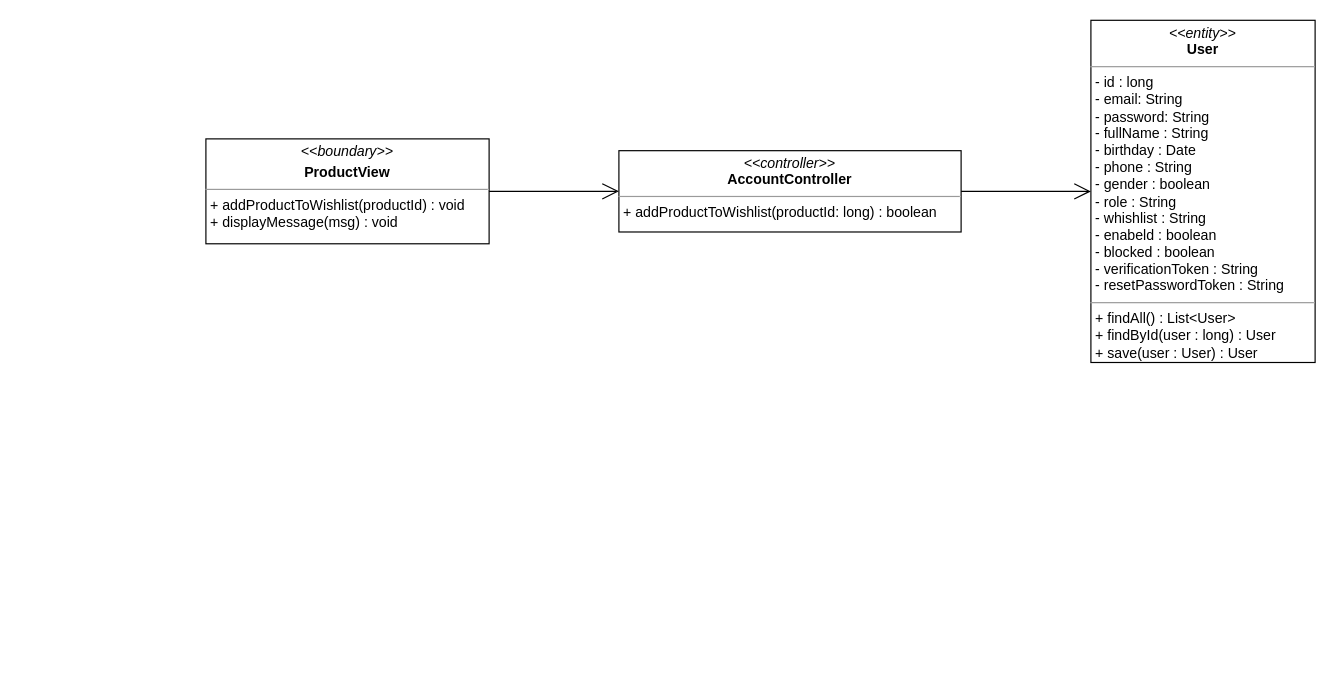
The draw.io diagram class diagram/add-product-wishlist-class-diagram.drawio in nguyenphamvan/datn_20202, before the edit. Source tidied: cells renumbered, new cells numbered last; positions are measured from the earlier drawing's top-left corner, leaving out a move shared by most shapes. Both pictures are drawn from the tidied source at 118%, with x=0, y=0 at pixel (205, 20).
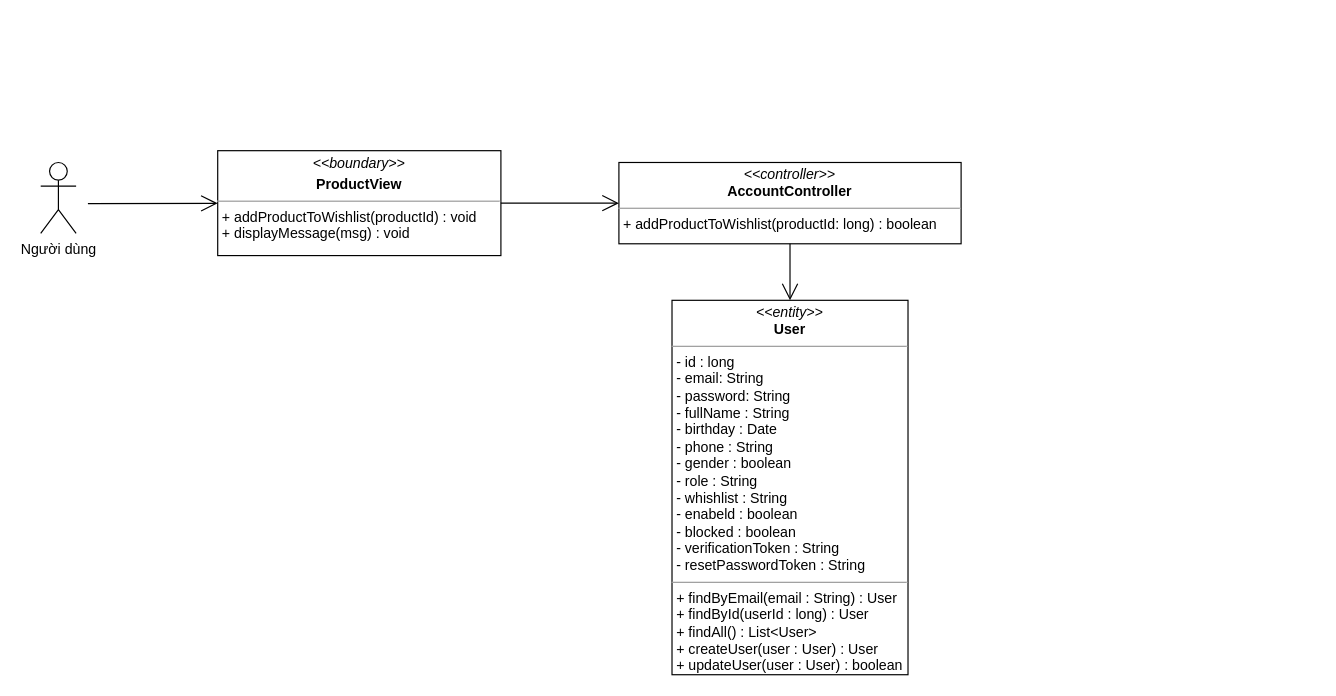
The same page after the edit.

What changed in the source:
```diff
@@
 <mxGraphModel>
   <root>
     <mxCell id="0" />
     <mxCell id="1" parent="0" />
     <mxCell id="2" value="&lt;p style=&quot;margin: 0px ; margin-top: 4px ; text-align: center&quot;&gt;&lt;i&gt;&amp;lt;&amp;lt;boundary&amp;gt;&amp;gt;&lt;/i&gt;&lt;/p&gt;&lt;p style=&quot;margin: 0px ; margin-top: 4px ; text-align: center&quot;&gt;&lt;b&gt;ProductView&lt;/b&gt;&lt;/p&gt;&lt;hr size=&quot;1&quot;&gt;&lt;p style=&quot;margin: 0px ; margin-left: 4px&quot;&gt;&lt;span&gt;+ addProductToWishlist(productId) : void&lt;/span&gt;&lt;br&gt;&lt;/p&gt;&lt;p style=&quot;margin: 0px ; margin-left: 4px&quot;&gt;&lt;span&gt;+ displayMessage(msg) : void&lt;/span&gt;&lt;/p&gt;&lt;p style=&quot;margin: 0px ; margin-left: 4px&quot;&gt;&lt;span&gt;&lt;br&gt;&lt;/span&gt;&lt;/p&gt;" style="verticalAlign=top;align=left;overflow=fill;fontSize=12;fontFamily=Helvetica;html=1;" parent="1" vertex="1">
-      <mxGeometry y="100.2" width="240" height="88.9" as="geometry" />
+      <mxGeometry x="10" y="110.2" width="240" height="88.9" as="geometry" />
     </mxCell>
-    <mxCell id="3" value="&lt;p style=&quot;margin: 0px ; margin-top: 4px ; text-align: center&quot;&gt;&lt;i&gt;&amp;lt;&amp;lt;entity&amp;gt;&amp;gt;&lt;/i&gt;&lt;br&gt;&lt;b&gt;User&lt;/b&gt;&lt;/p&gt;&lt;hr size=&quot;1&quot;&gt;&lt;p style=&quot;margin: 0px ; margin-left: 4px&quot;&gt;- id : long&lt;/p&gt;&lt;p style=&quot;margin: 0px ; margin-left: 4px&quot;&gt;- email: String&lt;br&gt;- password: String&lt;/p&gt;&lt;p style=&quot;margin: 0px ; margin-left: 4px&quot;&gt;- fullName : String&lt;/p&gt;&lt;p style=&quot;margin: 0px ; margin-left: 4px&quot;&gt;- birthday : Date&lt;/p&gt;&lt;p style=&quot;margin: 0px ; margin-left: 4px&quot;&gt;- phone : String&lt;/p&gt;&lt;p style=&quot;margin: 0px ; margin-left: 4px&quot;&gt;- gender : boolean&lt;/p&gt;&lt;p style=&quot;margin: 0px ; margin-left: 4px&quot;&gt;- role : String&lt;/p&gt;&lt;p style=&quot;margin: 0px ; margin-left: 4px&quot;&gt;- whishlist : String&lt;/p&gt;&lt;p style=&quot;margin: 0px ; margin-left: 4px&quot;&gt;- enabeld : boolean&lt;/p&gt;&lt;p style=&quot;margin: 0px ; margin-left: 4px&quot;&gt;- blocked : boolean&lt;/p&gt;&lt;p style=&quot;margin: 0px ; margin-left: 4px&quot;&gt;- verificationToken : String&lt;/p&gt;&lt;p style=&quot;margin: 0px ; margin-left: 4px&quot;&gt;- resetPasswordToken : String&lt;/p&gt;&lt;hr size=&quot;1&quot;&gt;&lt;p style=&quot;margin: 0px ; margin-left: 4px&quot;&gt;+ findAll() : List&amp;lt;User&amp;gt;&lt;/p&gt;&lt;p style=&quot;margin: 0px ; margin-left: 4px&quot;&gt;+ findById(user : long) : User&lt;/p&gt;&lt;p style=&quot;margin: 0px ; margin-left: 4px&quot;&gt;+ save(user : User) : User&lt;/p&gt;" style="verticalAlign=top;align=left;overflow=fill;fontSize=12;fontFamily=Helvetica;html=1;" parent="1" vertex="1">
-      <mxGeometry x="750" y="-0.3" width="190" height="290" as="geometry" />
+    <mxCell id="3" value="&lt;p style=&quot;margin: 0px ; margin-top: 4px ; text-align: center&quot;&gt;&lt;i&gt;&amp;lt;&amp;lt;entity&amp;gt;&amp;gt;&lt;/i&gt;&lt;br&gt;&lt;b&gt;User&lt;/b&gt;&lt;/p&gt;&lt;hr size=&quot;1&quot;&gt;&lt;p style=&quot;margin: 0px ; margin-left: 4px&quot;&gt;- id : long&lt;/p&gt;&lt;p style=&quot;margin: 0px ; margin-left: 4px&quot;&gt;- email: String&lt;br&gt;- password: String&lt;/p&gt;&lt;p style=&quot;margin: 0px ; margin-left: 4px&quot;&gt;- fullName : String&lt;/p&gt;&lt;p style=&quot;margin: 0px ; margin-left: 4px&quot;&gt;- birthday : Date&lt;/p&gt;&lt;p style=&quot;margin: 0px ; margin-left: 4px&quot;&gt;- phone : String&lt;/p&gt;&lt;p style=&quot;margin: 0px ; margin-left: 4px&quot;&gt;- gender : boolean&lt;/p&gt;&lt;p style=&quot;margin: 0px ; margin-left: 4px&quot;&gt;- role : String&lt;/p&gt;&lt;p style=&quot;margin: 0px ; margin-left: 4px&quot;&gt;- whishlist : String&lt;/p&gt;&lt;p style=&quot;margin: 0px ; margin-left: 4px&quot;&gt;- enabeld : boolean&lt;/p&gt;&lt;p style=&quot;margin: 0px ; margin-left: 4px&quot;&gt;- blocked : boolean&lt;/p&gt;&lt;p style=&quot;margin: 0px ; margin-left: 4px&quot;&gt;- verificationToken : String&lt;/p&gt;&lt;p style=&quot;margin: 0px ; margin-left: 4px&quot;&gt;- resetPasswordToken : String&lt;/p&gt;&lt;hr size=&quot;1&quot;&gt;&lt;p style=&quot;margin: 0px 0px 0px 4px&quot;&gt;+ findByEmail(email : String) : User&amp;nbsp;&lt;/p&gt;&lt;p style=&quot;margin: 0px 0px 0px 4px&quot;&gt;+ findById(userId : long) : User&lt;/p&gt;&lt;p style=&quot;margin: 0px 0px 0px 4px&quot;&gt;+ findAll() : List&amp;lt;User&amp;gt;&lt;/p&gt;&lt;p style=&quot;margin: 0px 0px 0px 4px&quot;&gt;+ createUser(user : User) : User&lt;/p&gt;&lt;p style=&quot;margin: 0px 0px 0px 4px&quot;&gt;+ updateUser(user : User) : boolean&lt;/p&gt;" style="verticalAlign=top;align=left;overflow=fill;fontSize=12;fontFamily=Helvetica;html=1;" parent="1" vertex="1">
+      <mxGeometry x="395" y="237" width="200" height="317.3" as="geometry" />
     </mxCell>
     <mxCell id="4" style="endArrow=open;endFill=1;endSize=12;html=1;entryX=0;entryY=0.5;entryDx=0;entryDy=0;exitX=1;exitY=0.5;exitDx=0;exitDy=0;" parent="1" edge="1" source="2" target="5">
       <mxGeometry relative="1" as="geometry" />
     </mxCell>
     <mxCell id="5" value="&lt;p style=&quot;margin: 0px ; margin-top: 4px ; text-align: center&quot;&gt;&lt;i&gt;&amp;lt;&amp;lt;controller&amp;gt;&amp;gt;&lt;/i&gt;&lt;br&gt;&lt;b&gt;AccountController&lt;/b&gt;&lt;br&gt;&lt;/p&gt;&lt;hr size=&quot;1&quot;&gt;&lt;p style=&quot;margin: 0px ; margin-left: 4px&quot;&gt;&lt;span&gt;+ addProductToWishlist(productId: long) : boolean&lt;/span&gt;&lt;/p&gt;" style="verticalAlign=top;align=left;overflow=fill;fontSize=12;fontFamily=Helvetica;html=1;" parent="1" vertex="1">
-      <mxGeometry x="350" y="110.2" width="290" height="68.9" as="geometry" />
+      <mxGeometry x="350" y="120.2" width="290" height="68.9" as="geometry" />
     </mxCell>
     <mxCell id="6" style="endArrow=open;endFill=1;endSize=12;html=1;" parent="1" edge="1" source="5" target="3">
       <mxGeometry relative="1" as="geometry" />
     </mxCell>
+    <mxCell id="7" value="Người dùng" style="shape=umlActor;verticalLabelPosition=bottom;verticalAlign=top;html=1;" parent="1" vertex="1">
+      <mxGeometry x="-140" y="120.2" width="30" height="60" as="geometry" />
+    </mxCell>
+    <mxCell id="8" style="endArrow=open;endFill=1;endSize=12;html=1;" parent="1" edge="1" target="2">
+      <mxGeometry relative="1" as="geometry">
+        <mxPoint x="-100" y="155" as="sourcePoint" />
+      </mxGeometry>
+    </mxCell>
   </root>
 </mxGraphModel>
```
